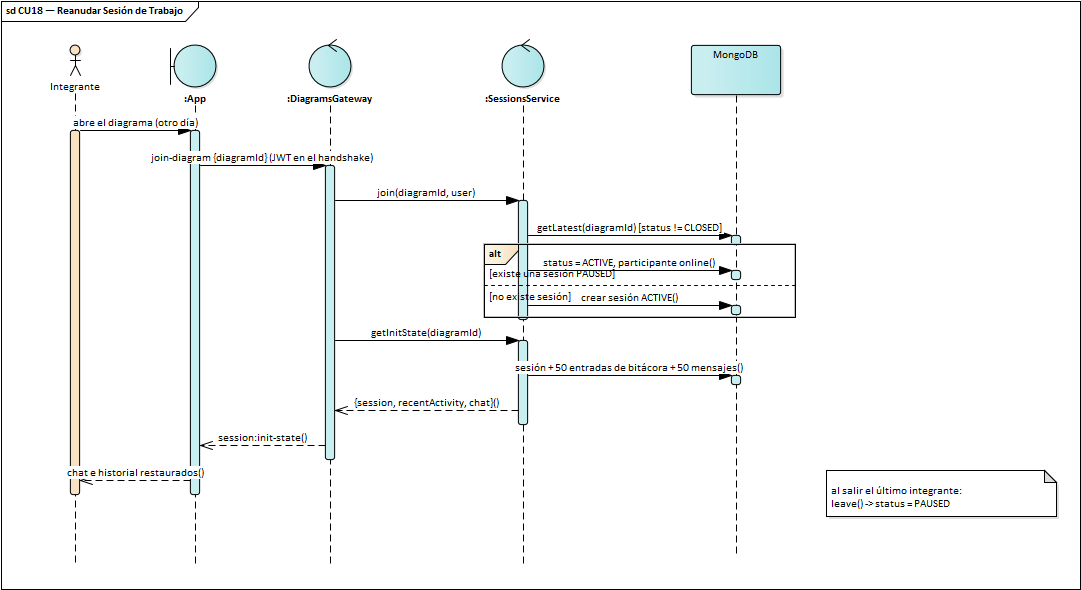
Earlier version of the PlantUML export docs/diagrams/ea/img/seq_cu18.png (luisfernandoAngulo28/generador_diagrama_clases_uml). Its source is kept beside it as docs/diagrams/2do_parcial/pud/seq_cu18.plantuml. The source it was exported from:
```plantuml
@startuml seq_cu18
!include _seq.iuml
title CU18 — Reanudar Sesión de Trabajo\n<size:11>Diagrama de Secuencia · UML 2.5.1</size>
actor Integrante as A
boundary ":App" as B
control ":DiagramsGateway" as G
control ":SessionsService" as S
database "MongoDB" as DB
A -> B : abre el diagrama (otro día)
B -> G : join-diagram {diagramId} (JWT en el handshake)
G -> S : join(diagramId, user)
S -> DB : getLatest(diagramId) [status ≠ CLOSED]
alt existe una sesión PAUSED
  S -> DB : status = ACTIVE, participante online
else no existe sesión
  S -> DB : crear sesión ACTIVE
end
G -> S : getInitState(diagramId)
S -> DB : sesión + 50 entradas de bitácora + 50 mensajes
S --> G : {session, recentActivity, chat}
G --> B : session:init-state
B --> A : chat e historial restaurados
note over S : al salir el último integrante:\nleave() → status = PAUSED
@enduml
```
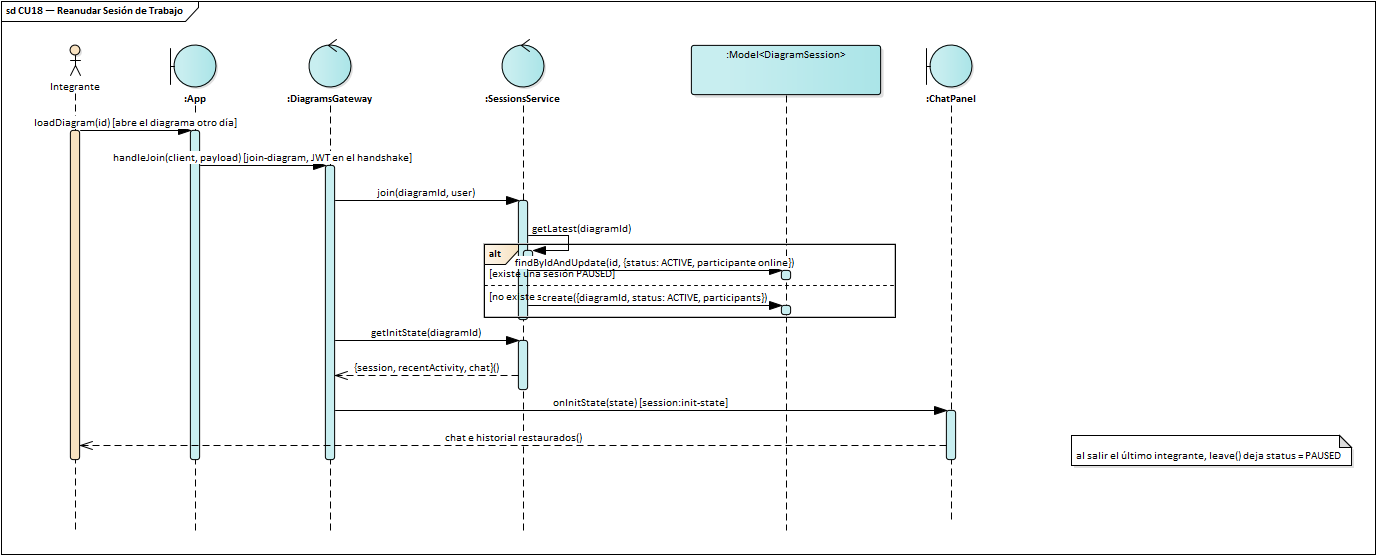
After the commit.

Diff of the diagram source:
```diff
@@ -1,24 +1,24 @@
 @startuml seq_cu18
 !include _seq.iuml
-title CU18 — Reanudar Sesión de Trabajo\n<size:11>Diagrama de Secuencia · UML 2.5.1</size>
+title CU18 — Reanudar Sesión de Trabajo\n<size:11>Diagrama de Secuencia · UML 2.5.1 · cada mensaje es una operación de la clase que lo recibe</size>
 actor Integrante as A
 boundary ":App" as B
 control ":DiagramsGateway" as G
 control ":SessionsService" as S
-database "MongoDB" as DB
-A -> B : abre el diagrama (otro día)
-B -> G : join-diagram {diagramId} (JWT en el handshake)
+participant ":Model<DiagramSession>" as DB
+boundary ":ChatPanel" as CH
+A -> B : loadDiagram(id) [abre el diagrama otro día]
+B -> G : handleJoin(client, payload) [join-diagram, JWT en el handshake]
 G -> S : join(diagramId, user)
-S -> DB : getLatest(diagramId) [status ≠ CLOSED]
+S -> S : getLatest(diagramId)
 alt existe una sesión PAUSED
-  S -> DB : status = ACTIVE, participante online
+  S -> DB : findByIdAndUpdate(id, {status: ACTIVE, participante online})
 else no existe sesión
-  S -> DB : crear sesión ACTIVE
+  S -> DB : create({diagramId, status: ACTIVE, participants})
 end
 G -> S : getInitState(diagramId)
-S -> DB : sesión + 50 entradas de bitácora + 50 mensajes
 S --> G : {session, recentActivity, chat}
-G --> B : session:init-state
-B --> A : chat e historial restaurados
-note over S : al salir el último integrante:\nleave() → status = PAUSED
+G -> CH : onInitState(state) [session:init-state]
+CH --> A : chat e historial restaurados
+note over S : al salir el último integrante, leave() deja status = PAUSED
 @enduml
```
